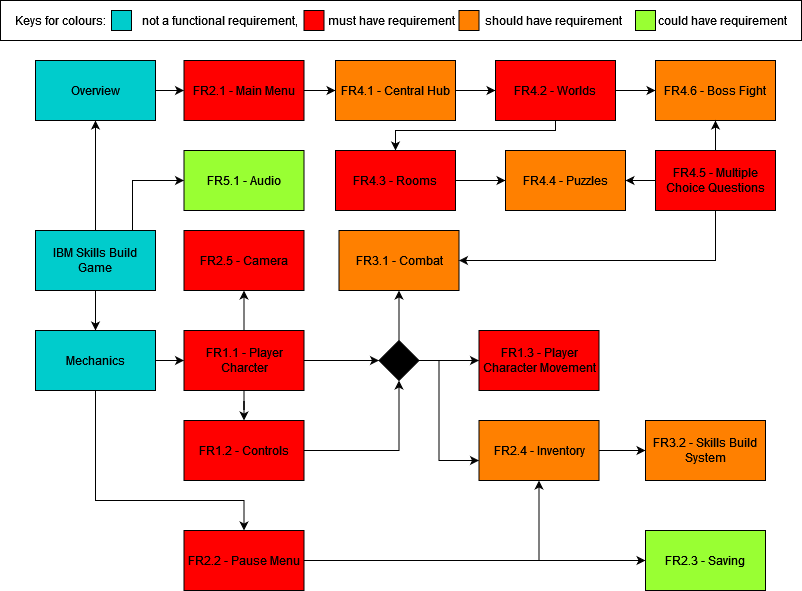
This is image/Documentation/Requirements-Dependency-Graph.png from COMP2281/software-engineering-group-17, a draw.io export, as it was before one commit. Source tidied: cells renumbered, new cells last; positions are measured from the earlier drawing's top-left corner, leaving out a move shared by most shapes. Source of this version:
```xml
<mxGraphModel>
  <root>
    <mxCell id="0" />
    <mxCell id="1" parent="0" />
    <mxCell id="2" style="edgeStyle=orthogonalEdgeStyle;rounded=0;jettySize=auto;html=1;" parent="1" edge="1" source="5" target="7">
      <mxGeometry relative="1" as="geometry" />
    </mxCell>
    <mxCell id="3" style="edgeStyle=orthogonalEdgeStyle;rounded=0;jettySize=auto;html=1;" parent="1" edge="1" source="5" target="10">
      <mxGeometry relative="1" as="geometry" />
    </mxCell>
    <mxCell id="4" style="edgeStyle=orthogonalEdgeStyle;rounded=0;jettySize=auto;html=1;entryX=0;entryY=0.5;entryDx=0;entryDy=0;" parent="1" edge="1" source="5" target="46">
      <mxGeometry relative="1" as="geometry">
        <Array as="points">
          <mxPoint x="132" y="180" />
        </Array>
      </mxGeometry>
    </mxCell>
    <mxCell id="5" value="IBM Skills Build Game" style="rounded=0;whiteSpace=wrap;html=1;fillColor=#00CCCC;" parent="1" vertex="1">
      <mxGeometry x="35" y="230" width="120" height="60" as="geometry" />
    </mxCell>
    <mxCell id="6" style="edgeStyle=orthogonalEdgeStyle;rounded=0;jettySize=auto;html=1;" parent="1" edge="1" source="7" target="32">
      <mxGeometry relative="1" as="geometry" />
    </mxCell>
    <mxCell id="7" value="Overview" style="rounded=0;whiteSpace=wrap;html=1;fillColor=#00CCCC;" parent="1" vertex="1">
      <mxGeometry x="35" y="60" width="120" height="60" as="geometry" />
    </mxCell>
    <mxCell id="8" style="edgeStyle=orthogonalEdgeStyle;rounded=0;jettySize=auto;html=1;" parent="1" edge="1" source="10" target="14">
      <mxGeometry relative="1" as="geometry" />
    </mxCell>
    <mxCell id="9" style="edgeStyle=orthogonalEdgeStyle;rounded=0;jettySize=auto;html=1;entryX=0.5;entryY=0;entryDx=0;entryDy=0;" parent="1" edge="1" source="10" target="29">
      <mxGeometry relative="1" as="geometry">
        <Array as="points">
          <mxPoint x="95" y="500" />
          <mxPoint x="244" y="500" />
        </Array>
      </mxGeometry>
    </mxCell>
    <mxCell id="10" value="Mechanics" style="rounded=0;whiteSpace=wrap;html=1;fillColor=#00CCCC;" parent="1" vertex="1">
      <mxGeometry x="35" y="330" width="120" height="60" as="geometry" />
    </mxCell>
    <mxCell id="11" style="edgeStyle=orthogonalEdgeStyle;rounded=0;jettySize=auto;html=1;" parent="1" edge="1" source="14" target="15">
      <mxGeometry relative="1" as="geometry" />
    </mxCell>
    <mxCell id="12" style="edgeStyle=orthogonalEdgeStyle;rounded=0;jettySize=auto;html=1;" parent="1" edge="1" source="14" target="17">
      <mxGeometry relative="1" as="geometry" />
    </mxCell>
    <mxCell id="13" style="edgeStyle=orthogonalEdgeStyle;rounded=0;jettySize=auto;html=1;" parent="1" edge="1" source="14" target="21">
      <mxGeometry relative="1" as="geometry" />
    </mxCell>
    <mxCell id="14" value="FR1.1 - Player Charcter" style="rounded=0;whiteSpace=wrap;html=1;fillColor=#FF0000;" parent="1" vertex="1">
      <mxGeometry x="183.5" y="330" width="120" height="60" as="geometry" />
    </mxCell>
    <mxCell id="15" value="FR2.5 - Camera" style="rounded=0;whiteSpace=wrap;html=1;fillColor=#FF0000;" parent="1" vertex="1">
      <mxGeometry x="183.5" y="230" width="120" height="60" as="geometry" />
    </mxCell>
    <mxCell id="16" style="edgeStyle=orthogonalEdgeStyle;rounded=0;jettySize=auto;html=1;entryX=0.5;entryY=1;entryDx=0;entryDy=0;" parent="1" edge="1" source="17" target="21">
      <mxGeometry relative="1" as="geometry" />
    </mxCell>
    <mxCell id="17" value="FR1.2 - Controls" style="rounded=0;whiteSpace=wrap;html=1;fillColor=#FF0000;" parent="1" vertex="1">
      <mxGeometry x="183.5" y="420" width="120" height="60" as="geometry" />
    </mxCell>
    <mxCell id="18" style="edgeStyle=orthogonalEdgeStyle;rounded=0;jettySize=auto;html=1;" parent="1" edge="1" source="21" target="22">
      <mxGeometry relative="1" as="geometry" />
    </mxCell>
    <mxCell id="19" style="edgeStyle=orthogonalEdgeStyle;rounded=0;jettySize=auto;html=1;" parent="1" edge="1" source="21" target="23">
      <mxGeometry relative="1" as="geometry" />
    </mxCell>
    <mxCell id="20" style="edgeStyle=orthogonalEdgeStyle;rounded=0;jettySize=auto;html=1;" parent="1" edge="1" source="21" target="25">
      <mxGeometry relative="1" as="geometry">
        <Array as="points">
          <mxPoint x="438.5" y="360" />
          <mxPoint x="438.5" y="460" />
        </Array>
      </mxGeometry>
    </mxCell>
    <mxCell id="21" style="rhombus;whiteSpace=wrap;html=1;fillColor=#000000;" parent="1" vertex="1">
      <mxGeometry x="378.5" y="340" width="40" height="40" as="geometry" />
    </mxCell>
    <mxCell id="22" value="FR1.3 - Player Character Movement" style="rounded=0;whiteSpace=wrap;html=1;fillColor=#FF0000;" parent="1" vertex="1">
      <mxGeometry x="478.5" y="330" width="120" height="60" as="geometry" />
    </mxCell>
    <mxCell id="23" value="FR3.1 - Combat" style="rounded=0;whiteSpace=wrap;html=1;fillColor=#FF8000;" parent="1" vertex="1">
      <mxGeometry x="338.5" y="230" width="120" height="60" as="geometry" />
    </mxCell>
    <mxCell id="24" style="edgeStyle=orthogonalEdgeStyle;rounded=0;jettySize=auto;html=1;entryX=0;entryY=0.5;entryDx=0;entryDy=0;" parent="1" edge="1" source="25" target="26">
      <mxGeometry relative="1" as="geometry" />
    </mxCell>
    <mxCell id="25" value="FR2.4 - Inventory" style="rounded=0;whiteSpace=wrap;html=1;fillColor=#FF8000;" parent="1" vertex="1">
      <mxGeometry x="478.5" y="420" width="120" height="60" as="geometry" />
    </mxCell>
    <mxCell id="26" value="FR3.2 - Skills Build System" style="rounded=0;whiteSpace=wrap;html=1;fillColor=#FF8000;" parent="1" vertex="1">
      <mxGeometry x="645" y="420" width="120" height="60" as="geometry" />
    </mxCell>
    <mxCell id="27" style="edgeStyle=orthogonalEdgeStyle;rounded=0;jettySize=auto;html=1;" parent="1" edge="1" source="29" target="30">
      <mxGeometry relative="1" as="geometry" />
    </mxCell>
    <mxCell id="28" style="edgeStyle=orthogonalEdgeStyle;rounded=0;jettySize=auto;html=1;entryX=0.5;entryY=1;entryDx=0;entryDy=0;" parent="1" edge="1" source="29" target="25">
      <mxGeometry relative="1" as="geometry" />
    </mxCell>
    <mxCell id="29" value="FR2.2 - Pause Menu" style="rounded=0;whiteSpace=wrap;html=1;fillColor=#FF0000;" parent="1" vertex="1">
      <mxGeometry x="183.5" y="530" width="120" height="60" as="geometry" />
    </mxCell>
    <mxCell id="30" value="FR2.3 - Saving" style="rounded=0;whiteSpace=wrap;html=1;fillColor=#99FF33;" parent="1" vertex="1">
      <mxGeometry x="645" y="530" width="120" height="60" as="geometry" />
    </mxCell>
    <mxCell id="31" style="edgeStyle=orthogonalEdgeStyle;rounded=0;jettySize=auto;html=1;" parent="1" edge="1" source="32" target="34">
      <mxGeometry relative="1" as="geometry" />
    </mxCell>
    <mxCell id="32" value="FR2.1 - Main Menu" style="rounded=0;whiteSpace=wrap;html=1;fillColor=#FF0000;" parent="1" vertex="1">
      <mxGeometry x="183.5" y="60" width="120" height="60" as="geometry" />
    </mxCell>
    <mxCell id="33" style="edgeStyle=orthogonalEdgeStyle;rounded=0;jettySize=auto;html=1;" parent="1" edge="1" source="34" target="37">
      <mxGeometry relative="1" as="geometry" />
    </mxCell>
    <mxCell id="34" value="FR4.1 - Central Hub" style="rounded=0;whiteSpace=wrap;html=1;fillColor=#FF8000;" parent="1" vertex="1">
      <mxGeometry x="335" y="60" width="120" height="60" as="geometry" />
    </mxCell>
    <mxCell id="35" style="edgeStyle=orthogonalEdgeStyle;rounded=0;jettySize=auto;html=1;" parent="1" edge="1" source="37" target="38">
      <mxGeometry relative="1" as="geometry" />
    </mxCell>
    <mxCell id="36" style="edgeStyle=orthogonalEdgeStyle;rounded=0;jettySize=auto;html=1;entryX=0.5;entryY=0;entryDx=0;entryDy=0;" parent="1" edge="1" source="37" target="40">
      <mxGeometry relative="1" as="geometry">
        <Array as="points">
          <mxPoint x="555" y="130" />
          <mxPoint x="395" y="130" />
        </Array>
      </mxGeometry>
    </mxCell>
    <mxCell id="37" value="FR4.2 - Worlds" style="rounded=0;whiteSpace=wrap;html=1;fillColor=#FF0000;" parent="1" vertex="1">
      <mxGeometry x="495" y="60" width="120" height="60" as="geometry" />
    </mxCell>
    <mxCell id="38" value="FR4.6 - Boss Fight" style="rounded=0;whiteSpace=wrap;html=1;fillColor=#FF8000;" parent="1" vertex="1">
      <mxGeometry x="655" y="60" width="120" height="60" as="geometry" />
    </mxCell>
    <mxCell id="39" style="edgeStyle=orthogonalEdgeStyle;rounded=0;jettySize=auto;html=1;entryX=0;entryY=0.5;entryDx=0;entryDy=0;" parent="1" edge="1" source="40" target="41">
      <mxGeometry relative="1" as="geometry" />
    </mxCell>
    <mxCell id="40" value="FR4.3 - Rooms" style="rounded=0;whiteSpace=wrap;html=1;fillColor=#FF0000;" parent="1" vertex="1">
      <mxGeometry x="335" y="150" width="120" height="60" as="geometry" />
    </mxCell>
    <mxCell id="41" value="FR4.4 - Puzzles" style="rounded=0;whiteSpace=wrap;html=1;fillColor=#FF8000;" parent="1" vertex="1">
      <mxGeometry x="505" y="150" width="120" height="60" as="geometry" />
    </mxCell>
    <mxCell id="42" style="edgeStyle=orthogonalEdgeStyle;rounded=0;jettySize=auto;html=1;entryX=0.5;entryY=1;entryDx=0;entryDy=0;" parent="1" edge="1" source="45" target="38">
      <mxGeometry relative="1" as="geometry" />
    </mxCell>
    <mxCell id="43" style="edgeStyle=orthogonalEdgeStyle;rounded=0;jettySize=auto;html=1;entryX=1;entryY=0.5;entryDx=0;entryDy=0;" parent="1" edge="1" source="45" target="41">
      <mxGeometry relative="1" as="geometry" />
    </mxCell>
    <mxCell id="44" style="edgeStyle=orthogonalEdgeStyle;rounded=0;jettySize=auto;html=1;entryX=1;entryY=0.5;entryDx=0;entryDy=0;" parent="1" edge="1" source="45" target="23">
      <mxGeometry relative="1" as="geometry">
        <Array as="points">
          <mxPoint x="715" y="260" />
        </Array>
      </mxGeometry>
    </mxCell>
    <mxCell id="45" value="FR4.5 - Multiple Choice Questions" style="rounded=0;whiteSpace=wrap;html=1;fillColor=#FF0000;" parent="1" vertex="1">
      <mxGeometry x="655" y="150" width="120" height="60" as="geometry" />
    </mxCell>
    <mxCell id="46" value="FR5.1 - Audio" style="rounded=0;whiteSpace=wrap;html=1;fillColor=#99FF33;" parent="1" vertex="1">
      <mxGeometry x="183.5" y="150" width="120" height="60" as="geometry" />
    </mxCell>
    <mxCell id="47" value="Keys for colours:&amp;nbsp;&amp;nbsp;&amp;nbsp;&amp;nbsp;&amp;nbsp;&amp;nbsp;&amp;nbsp;&amp;nbsp;&amp;nbsp;&amp;nbsp;&amp;nbsp; not a functional requirement, &amp;nbsp;&amp;nbsp; &amp;nbsp;&amp;nbsp;&amp;nbsp;&amp;nbsp;&amp;nbsp; must have requirement&amp;nbsp;&amp;nbsp;&amp;nbsp;&amp;nbsp;&amp;nbsp;&amp;nbsp;&amp;nbsp;&amp;nbsp;&amp;nbsp; should have requirement &amp;nbsp;&amp;nbsp;&amp;nbsp;&amp;nbsp;&amp;nbsp;&amp;nbsp;&amp;nbsp;&amp;nbsp;&amp;nbsp;&amp;nbsp; could have requirement" style="rounded=0;whiteSpace=wrap;html=1;" parent="1" vertex="1">
      <mxGeometry width="801" height="40" as="geometry" />
    </mxCell>
    <mxCell id="48" style="rounded=0;whiteSpace=wrap;html=1;fillColor=#FF0000;" parent="1" vertex="1">
      <mxGeometry x="303.5" y="10" width="20" height="20" as="geometry" />
    </mxCell>
    <mxCell id="49" style="rounded=0;whiteSpace=wrap;html=1;fillColor=#00CCCC;" parent="1" vertex="1">
      <mxGeometry x="111" y="10" width="20" height="20" as="geometry" />
    </mxCell>
    <mxCell id="50" style="rounded=0;whiteSpace=wrap;html=1;fillColor=#99FF33;" parent="1" vertex="1">
      <mxGeometry x="635" y="10" width="20" height="20" as="geometry" />
    </mxCell>
    <mxCell id="51" style="rounded=0;whiteSpace=wrap;html=1;fillColor=#FF8000;" parent="1" vertex="1">
      <mxGeometry x="458.5" y="10" width="20" height="20" as="geometry" />
    </mxCell>
  </root>
</mxGraphModel>
```
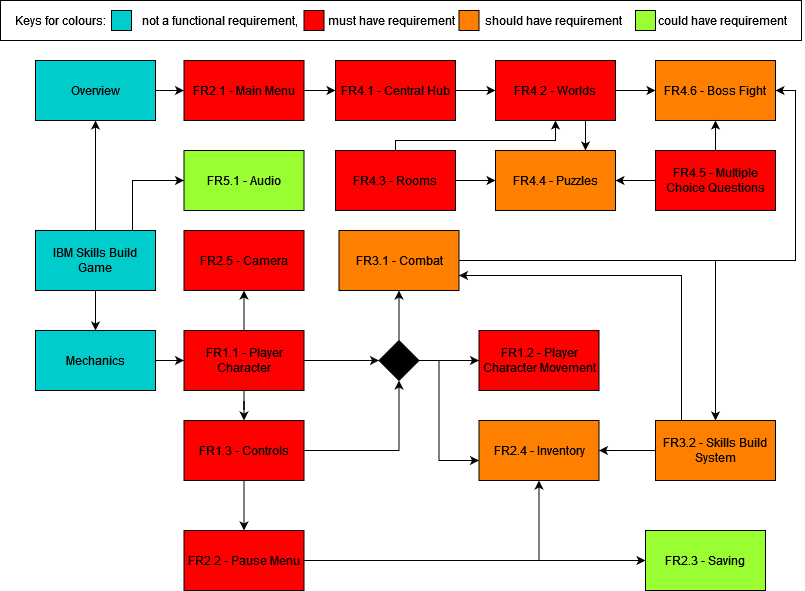
Later version of the same file.

The edit, as a diff of the source:
```diff
@@ -27,14 +27,6 @@
     <mxCell id="8" style="edgeStyle=orthogonalEdgeStyle;rounded=0;jettySize=auto;html=1;" parent="1" edge="1" source="10" target="14">
       <mxGeometry relative="1" as="geometry" />
     </mxCell>
-    <mxCell id="9" style="edgeStyle=orthogonalEdgeStyle;rounded=0;jettySize=auto;html=1;entryX=0.5;entryY=0;entryDx=0;entryDy=0;" parent="1" edge="1" source="10" target="29">
-      <mxGeometry relative="1" as="geometry">
-        <Array as="points">
-          <mxPoint x="95" y="500" />
-          <mxPoint x="244" y="500" />
-        </Array>
-      </mxGeometry>
-    </mxCell>
     <mxCell id="10" value="Mechanics" style="rounded=0;whiteSpace=wrap;html=1;fillColor=#00CCCC;" parent="1" vertex="1">
       <mxGeometry x="35" y="330" width="120" height="60" as="geometry" />
     </mxCell>
@@ -47,7 +39,7 @@
     <mxCell id="13" style="edgeStyle=orthogonalEdgeStyle;rounded=0;jettySize=auto;html=1;" parent="1" edge="1" source="14" target="21">
       <mxGeometry relative="1" as="geometry" />
     </mxCell>
-    <mxCell id="14" value="FR1.1 - Player Charcter" style="rounded=0;whiteSpace=wrap;html=1;fillColor=#FF0000;" parent="1" vertex="1">
+    <mxCell id="14" value="FR1.1 - Player Character" style="rounded=0;whiteSpace=wrap;html=1;fillColor=#FF0000;" parent="1" vertex="1">
       <mxGeometry x="183.5" y="330" width="120" height="60" as="geometry" />
     </mxCell>
     <mxCell id="15" value="FR2.5 - Camera" style="rounded=0;whiteSpace=wrap;html=1;fillColor=#FF0000;" parent="1" vertex="1">
@@ -56,7 +48,10 @@
     <mxCell id="16" style="edgeStyle=orthogonalEdgeStyle;rounded=0;jettySize=auto;html=1;entryX=0.5;entryY=1;entryDx=0;entryDy=0;" parent="1" edge="1" source="17" target="21">
       <mxGeometry relative="1" as="geometry" />
     </mxCell>
+    <mxCell id="52" style="edgeStyle=orthogonalEdgeStyle;rounded=0;jettySize=auto;html=1;" parent="1" edge="1" source="17" target="29">
+      <mxGeometry relative="1" as="geometry" />
+    </mxCell>
-    <mxCell id="17" value="FR1.2 - Controls" style="rounded=0;whiteSpace=wrap;html=1;fillColor=#FF0000;" parent="1" vertex="1">
+    <mxCell id="17" value="FR1.3 - Controls" style="rounded=0;whiteSpace=wrap;html=1;fillColor=#FF0000;" parent="1" vertex="1">
       <mxGeometry x="183.5" y="420" width="120" height="60" as="geometry" />
     </mxCell>
     <mxCell id="18" style="edgeStyle=orthogonalEdgeStyle;rounded=0;jettySize=auto;html=1;" parent="1" edge="1" source="21" target="22">
@@ -76,20 +71,37 @@
     <mxCell id="21" style="rhombus;whiteSpace=wrap;html=1;fillColor=#000000;" parent="1" vertex="1">
       <mxGeometry x="378.5" y="340" width="40" height="40" as="geometry" />
     </mxCell>
-    <mxCell id="22" value="FR1.3 - Player Character Movement" style="rounded=0;whiteSpace=wrap;html=1;fillColor=#FF0000;" parent="1" vertex="1">
+    <mxCell id="22" value="FR1.2 - Player Character Movement" style="rounded=0;whiteSpace=wrap;html=1;fillColor=#FF0000;" parent="1" vertex="1">
       <mxGeometry x="478.5" y="330" width="120" height="60" as="geometry" />
     </mxCell>
+    <mxCell id="53" style="edgeStyle=orthogonalEdgeStyle;rounded=0;jettySize=auto;html=1;entryX=0.5;entryY=0;entryDx=0;entryDy=0;" parent="1" edge="1" source="23" target="26">
+      <mxGeometry relative="1" as="geometry">
+        <Array as="points">
+          <mxPoint x="715" y="260" />
+        </Array>
+      </mxGeometry>
+    </mxCell>
+    <mxCell id="54" style="edgeStyle=orthogonalEdgeStyle;rounded=0;jettySize=auto;html=1;entryX=1;entryY=0.5;entryDx=0;entryDy=0;" parent="1" edge="1" source="23" target="38">
+      <mxGeometry relative="1" as="geometry" />
+    </mxCell>
     <mxCell id="23" value="FR3.1 - Combat" style="rounded=0;whiteSpace=wrap;html=1;fillColor=#FF8000;" parent="1" vertex="1">
       <mxGeometry x="338.5" y="230" width="120" height="60" as="geometry" />
     </mxCell>
-    <mxCell id="24" style="edgeStyle=orthogonalEdgeStyle;rounded=0;jettySize=auto;html=1;entryX=0;entryY=0.5;entryDx=0;entryDy=0;" parent="1" edge="1" source="25" target="26">
-      <mxGeometry relative="1" as="geometry" />
-    </mxCell>
     <mxCell id="25" value="FR2.4 - Inventory" style="rounded=0;whiteSpace=wrap;html=1;fillColor=#FF8000;" parent="1" vertex="1">
       <mxGeometry x="478.5" y="420" width="120" height="60" as="geometry" />
     </mxCell>
+    <mxCell id="55" style="edgeStyle=orthogonalEdgeStyle;rounded=0;jettySize=auto;html=1;entryX=1;entryY=0.75;entryDx=0;entryDy=0;" parent="1" edge="1" source="26" target="23">
+      <mxGeometry relative="1" as="geometry">
+        <Array as="points">
+          <mxPoint x="681" y="275" />
+        </Array>
+      </mxGeometry>
+    </mxCell>
+    <mxCell id="56" style="edgeStyle=orthogonalEdgeStyle;rounded=0;jettySize=auto;html=1;entryX=1;entryY=0.5;entryDx=0;entryDy=0;" parent="1" edge="1" source="26" target="25">
+      <mxGeometry relative="1" as="geometry" />
+    </mxCell>
     <mxCell id="26" value="FR3.2 - Skills Build System" style="rounded=0;whiteSpace=wrap;html=1;fillColor=#FF8000;" parent="1" vertex="1">
-      <mxGeometry x="645" y="420" width="120" height="60" as="geometry" />
+      <mxGeometry x="655" y="420" width="120" height="60" as="geometry" />
     </mxCell>
     <mxCell id="27" style="edgeStyle=orthogonalEdgeStyle;rounded=0;jettySize=auto;html=1;" parent="1" edge="1" source="29" target="30">
       <mxGeometry relative="1" as="geometry" />
@@ -112,20 +124,20 @@
     <mxCell id="33" style="edgeStyle=orthogonalEdgeStyle;rounded=0;jettySize=auto;html=1;" parent="1" edge="1" source="34" target="37">
       <mxGeometry relative="1" as="geometry" />
     </mxCell>
-    <mxCell id="34" value="FR4.1 - Central Hub" style="rounded=0;whiteSpace=wrap;html=1;fillColor=#FF8000;" parent="1" vertex="1">
+    <mxCell id="34" value="FR4.1 - Central Hub" style="rounded=0;whiteSpace=wrap;html=1;fillColor=#FF0000;" parent="1" vertex="1">
       <mxGeometry x="335" y="60" width="120" height="60" as="geometry" />
     </mxCell>
     <mxCell id="35" style="edgeStyle=orthogonalEdgeStyle;rounded=0;jettySize=auto;html=1;" parent="1" edge="1" source="37" target="38">
       <mxGeometry relative="1" as="geometry" />
     </mxCell>
-    <mxCell id="36" style="edgeStyle=orthogonalEdgeStyle;rounded=0;jettySize=auto;html=1;entryX=0.5;entryY=0;entryDx=0;entryDy=0;" parent="1" edge="1" source="37" target="40">
-      <mxGeometry relative="1" as="geometry">
-        <Array as="points">
-          <mxPoint x="555" y="130" />
-          <mxPoint x="395" y="130" />
-        </Array>
-      </mxGeometry>
-    </mxCell>
+    <mxCell id="57" style="edgeStyle=orthogonalEdgeStyle;rounded=0;jettySize=auto;html=1;entryX=0.75;entryY=0;entryDx=0;entryDy=0;" parent="1" edge="1" source="37" target="41">
+      <mxGeometry relative="1" as="geometry">
+        <Array as="points">
+          <mxPoint x="585" y="130" />
+          <mxPoint x="585" y="130" />
+        </Array>
+      </mxGeometry>
+    </mxCell>
     <mxCell id="37" value="FR4.2 - Worlds" style="rounded=0;whiteSpace=wrap;html=1;fillColor=#FF0000;" parent="1" vertex="1">
       <mxGeometry x="495" y="60" width="120" height="60" as="geometry" />
     </mxCell>
@@ -135,11 +147,19 @@
     <mxCell id="39" style="edgeStyle=orthogonalEdgeStyle;rounded=0;jettySize=auto;html=1;entryX=0;entryY=0.5;entryDx=0;entryDy=0;" parent="1" edge="1" source="40" target="41">
       <mxGeometry relative="1" as="geometry" />
     </mxCell>
+    <mxCell id="58" style="edgeStyle=orthogonalEdgeStyle;rounded=0;jettySize=auto;html=1;entryX=0.5;entryY=1;entryDx=0;entryDy=0;" parent="1" edge="1" source="40" target="37">
+      <mxGeometry relative="1" as="geometry">
+        <Array as="points">
+          <mxPoint x="395" y="140" />
+          <mxPoint x="555" y="140" />
+        </Array>
+      </mxGeometry>
+    </mxCell>
     <mxCell id="40" value="FR4.3 - Rooms" style="rounded=0;whiteSpace=wrap;html=1;fillColor=#FF0000;" parent="1" vertex="1">
       <mxGeometry x="335" y="150" width="120" height="60" as="geometry" />
     </mxCell>
     <mxCell id="41" value="FR4.4 - Puzzles" style="rounded=0;whiteSpace=wrap;html=1;fillColor=#FF8000;" parent="1" vertex="1">
-      <mxGeometry x="505" y="150" width="120" height="60" as="geometry" />
+      <mxGeometry x="495" y="150" width="120" height="60" as="geometry" />
     </mxCell>
     <mxCell id="42" style="edgeStyle=orthogonalEdgeStyle;rounded=0;jettySize=auto;html=1;entryX=0.5;entryY=1;entryDx=0;entryDy=0;" parent="1" edge="1" source="45" target="38">
       <mxGeometry relative="1" as="geometry" />
@@ -147,13 +167,6 @@
     <mxCell id="43" style="edgeStyle=orthogonalEdgeStyle;rounded=0;jettySize=auto;html=1;entryX=1;entryY=0.5;entryDx=0;entryDy=0;" parent="1" edge="1" source="45" target="41">
       <mxGeometry relative="1" as="geometry" />
     </mxCell>
-    <mxCell id="44" style="edgeStyle=orthogonalEdgeStyle;rounded=0;jettySize=auto;html=1;entryX=1;entryY=0.5;entryDx=0;entryDy=0;" parent="1" edge="1" source="45" target="23">
-      <mxGeometry relative="1" as="geometry">
-        <Array as="points">
-          <mxPoint x="715" y="260" />
-        </Array>
-      </mxGeometry>
-    </mxCell>
     <mxCell id="45" value="FR4.5 - Multiple Choice Questions" style="rounded=0;whiteSpace=wrap;html=1;fillColor=#FF0000;" parent="1" vertex="1">
       <mxGeometry x="655" y="150" width="120" height="60" as="geometry" />
     </mxCell>
```
